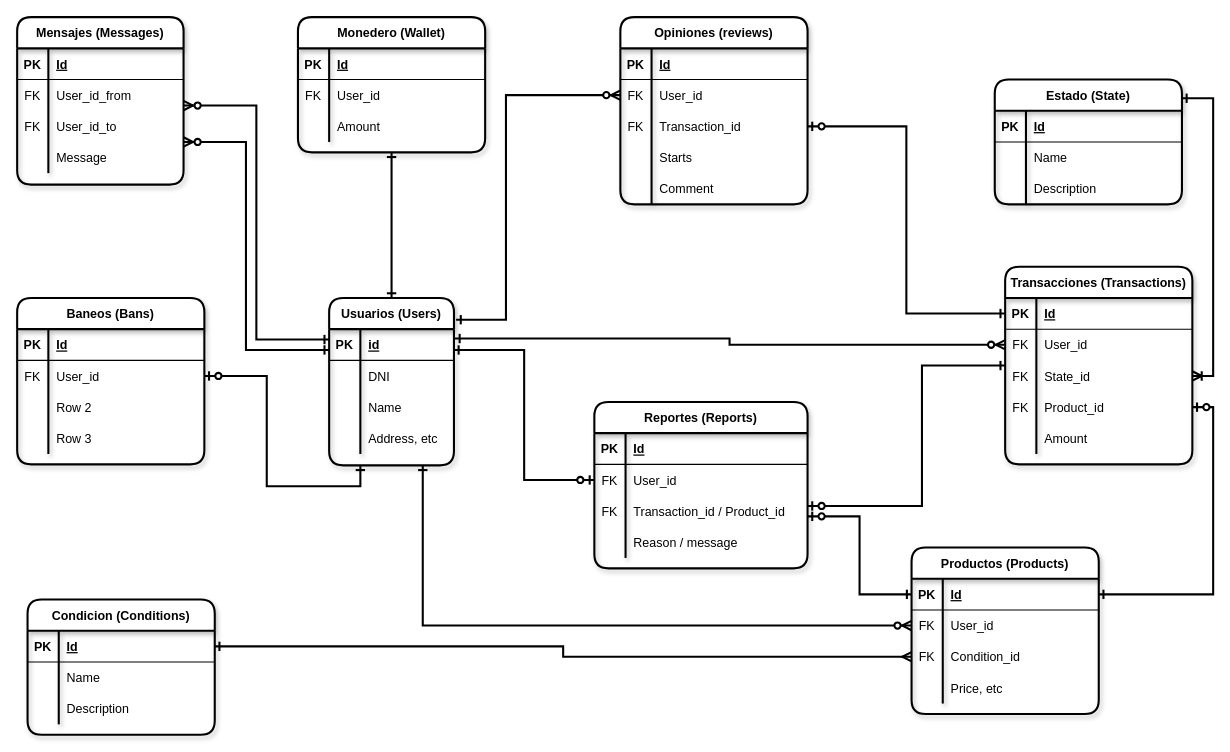
The draw.io diagram document/ER_db_0.1.drawio in jflorido94/apiG4A, before the edit. Source tidied: cells renumbered, new cells numbered last; positions are measured from the earlier drawing's top-left corner, leaving out a move shared by most shapes. Both pictures are drawn from the tidied source at 104%, with x=0, y=0 at pixel (17, 17).
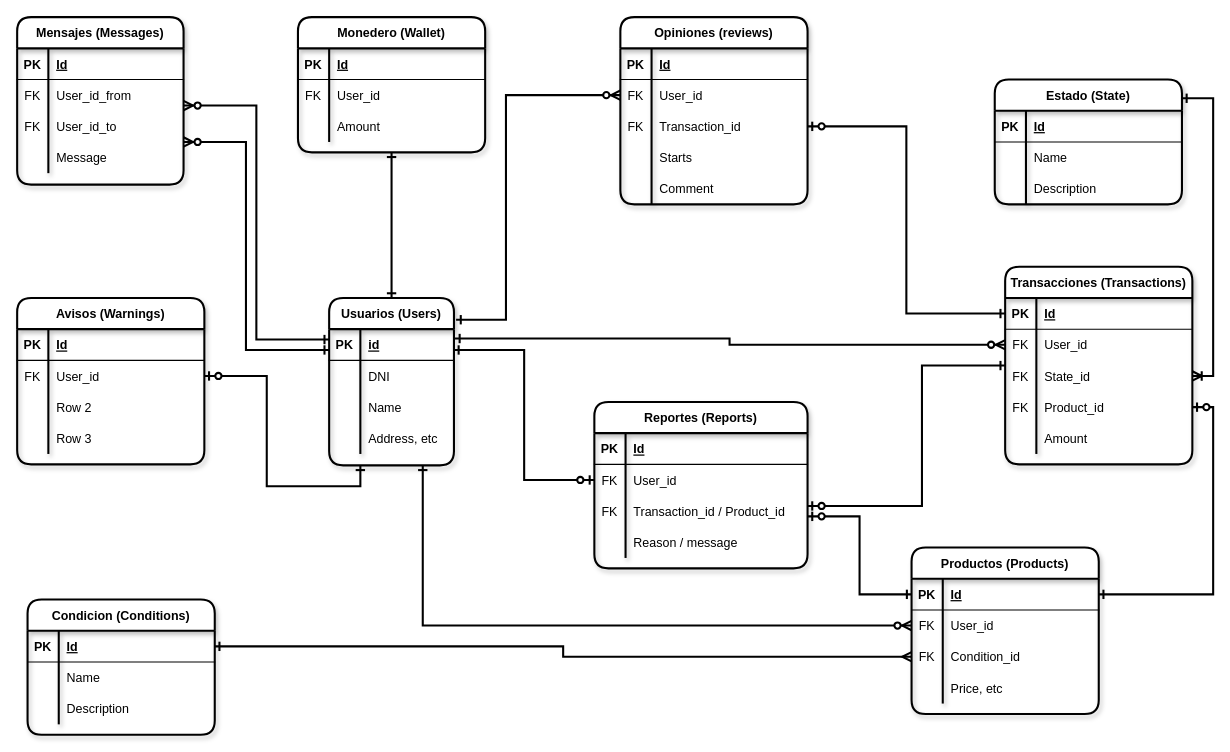
The same page after the edit.

Diff of the diagram source:
```diff
@@
-    <mxCell id="99" value="Baneos (Bans)" style="shape=table;startSize=30;childLayout=tableLayout;rowLines=0;fontStyle=1;align=center;rounded=1;shadow=1;sketch=0;strokeColor=#000000;strokeWidth=2;fillColor=#ffffff;gradientColor=none;" parent="1" vertex="1">
+    <mxCell id="99" value="Avisos (Warnings)" style="shape=table;startSize=30;childLayout=tableLayout;rowLines=0;fontStyle=1;align=center;rounded=1;shadow=1;sketch=0;strokeColor=#000000;strokeWidth=2;fillColor=#ffffff;gradientColor=none;" parent="1" vertex="1">
       <mxGeometry y="270" width="180" height="160" as="geometry" />
     </mxCell>
```
